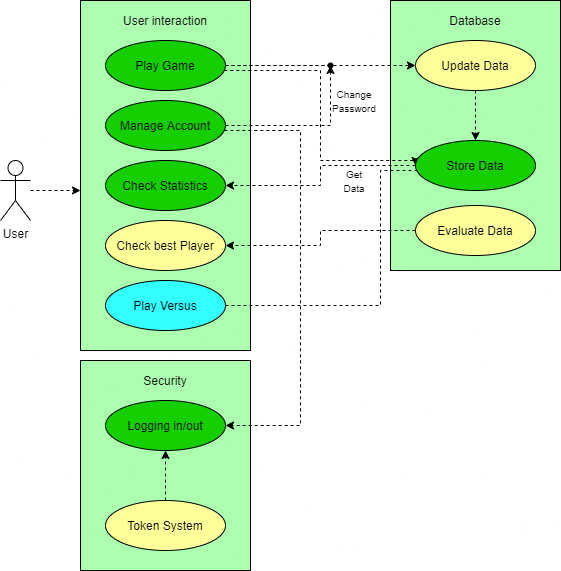
Above: UseCases/UC-Diagram.png in Eightdays1/guesswhere_doc (draw.io), before the change. Source tidied: cells renumbered, new cells last; positions are measured from the earlier drawing's top-left corner, leaving out a move shared by most shapes.
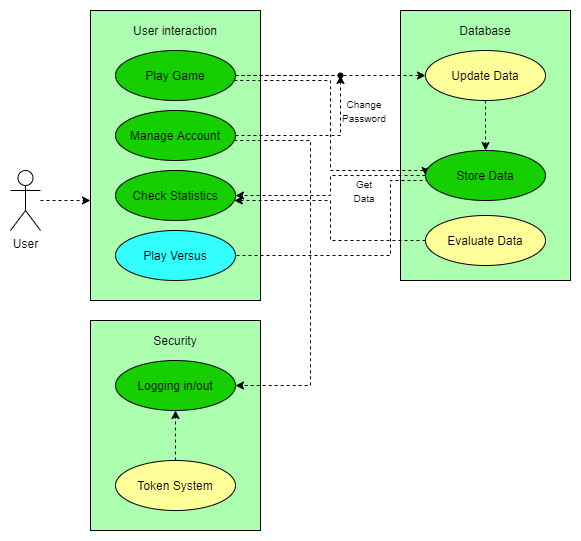
After the commit.

What changed in the source:
```diff
@@ -3,7 +3,7 @@
     <mxCell id="0" />
     <mxCell id="1" parent="0" />
     <mxCell id="2" style="rounded=0;whiteSpace=wrap;html=1;fillColor=#ABFFAE;" parent="1" vertex="1">
-      <mxGeometry x="80" y="360" width="170" height="210" as="geometry" />
+      <mxGeometry x="80" y="310" width="170" height="210" as="geometry" />
     </mxCell>
     <mxCell id="3" style="rounded=0;whiteSpace=wrap;html=1;fillColor=#ABFFAE;" parent="1" vertex="1">
       <mxGeometry x="390" width="170" height="270" as="geometry" />
@@ -20,7 +20,7 @@
       <mxGeometry y="160" width="30" height="60" as="geometry" />
     </mxCell>
     <mxCell id="6" style="rounded=0;whiteSpace=wrap;html=1;fillColor=#ABFFAE;" parent="1" vertex="1">
-      <mxGeometry x="80" width="170" height="350" as="geometry" />
+      <mxGeometry x="80" width="170" height="290" as="geometry" />
     </mxCell>
     <mxCell id="7" value="User interaction" style="text;html=1;strokeColor=none;fillColor=none;align=center;verticalAlign=middle;whiteSpace=wrap;rounded=0;" parent="1" vertex="1">
       <mxGeometry x="110" y="10" width="110" height="20" as="geometry" />
@@ -47,7 +47,7 @@
       <mxGeometry relative="1" as="geometry">
         <Array as="points">
           <mxPoint x="300" y="130" />
-          <mxPoint x="300" y="425" />
+          <mxPoint x="300" y="375" />
         </Array>
       </mxGeometry>
     </mxCell>
@@ -57,19 +57,17 @@
     <mxCell id="14" value="Check Statistics" style="ellipse;whiteSpace=wrap;html=1;fillColor=#15CF00;" parent="1" vertex="1">
       <mxGeometry x="105" y="160" width="120" height="50" as="geometry" />
     </mxCell>
-    <mxCell id="15" value="Check best Player" style="ellipse;whiteSpace=wrap;html=1;fillColor=#FFFF99;" parent="1" vertex="1">
-      <mxGeometry x="105" y="220" width="120" height="50" as="geometry" />
-    </mxCell>
-    <mxCell id="16" style="edgeStyle=orthogonalEdgeStyle;rounded=0;jettySize=auto;html=1;dashed=1;endArrow=none;endFill=0;" parent="1" edge="1" source="17" target="22">
+    <mxCell id="16" style="edgeStyle=orthogonalEdgeStyle;rounded=0;jettySize=auto;html=1;dashed=1;endArrow=none;endFill=0;" parent="1" edge="1" target="22">
       <mxGeometry relative="1" as="geometry">
+        <mxPoint x="220" y="245" as="sourcePoint" />
         <Array as="points">
-          <mxPoint x="380" y="305" />
+          <mxPoint x="380" y="245" />
           <mxPoint x="380" y="170" />
         </Array>
       </mxGeometry>
     </mxCell>
     <mxCell id="17" value="Play Versus" style="ellipse;whiteSpace=wrap;html=1;fillColor=#33FFFF;" parent="1" vertex="1">
-      <mxGeometry x="105" y="280" width="120" height="50" as="geometry" />
+      <mxGeometry x="105" y="220" width="120" height="50" as="geometry" />
     </mxCell>
     <mxCell id="18" value="Database" style="text;html=1;strokeColor=none;fillColor=none;align=center;verticalAlign=middle;whiteSpace=wrap;rounded=0;" parent="1" vertex="1">
       <mxGeometry x="420" y="10" width="110" height="20" as="geometry" />
@@ -91,8 +89,13 @@
     <mxCell id="22" value="Store Data" style="ellipse;whiteSpace=wrap;html=1;fillColor=#15CF00;" parent="1" vertex="1">
       <mxGeometry x="415" y="140" width="120" height="50" as="geometry" />
     </mxCell>
-    <mxCell id="23" style="edgeStyle=orthogonalEdgeStyle;rounded=0;jettySize=auto;html=1;dashed=1;" parent="1" edge="1" source="24" target="15">
-      <mxGeometry relative="1" as="geometry" />
+    <mxCell id="23" style="edgeStyle=orthogonalEdgeStyle;rounded=0;jettySize=auto;html=1;dashed=1;" parent="1" edge="1" source="24" target="14">
+      <mxGeometry relative="1" as="geometry">
+        <Array as="points">
+          <mxPoint x="320" y="230" />
+          <mxPoint x="320" y="190" />
+        </Array>
+      </mxGeometry>
     </mxCell>
     <mxCell id="24" value="Evaluate Data" style="ellipse;whiteSpace=wrap;html=1;fillColor=#FFFF99;" parent="1" vertex="1">
       <mxGeometry x="415" y="205" width="120" height="50" as="geometry" />
@@ -110,16 +113,16 @@
       <mxGeometry x="334" y="170" width="40" height="20" as="geometry" />
     </mxCell>
     <mxCell id="29" value="Security" style="text;html=1;strokeColor=none;fillColor=none;align=center;verticalAlign=middle;whiteSpace=wrap;rounded=0;" parent="1" vertex="1">
-      <mxGeometry x="110" y="370" width="110" height="20" as="geometry" />
+      <mxGeometry x="110" y="320" width="110" height="20" as="geometry" />
     </mxCell>
     <mxCell id="30" value="Logging in/out" style="ellipse;whiteSpace=wrap;html=1;fillColor=#15CF00;" parent="1" vertex="1">
-      <mxGeometry x="105" y="400" width="120" height="50" as="geometry" />
+      <mxGeometry x="105" y="350" width="120" height="50" as="geometry" />
     </mxCell>
     <mxCell id="31" style="edgeStyle=orthogonalEdgeStyle;rounded=0;jettySize=auto;html=1;entryX=0.5;entryY=1;entryDx=0;entryDy=0;dashed=1;" parent="1" edge="1" source="32" target="30">
       <mxGeometry relative="1" as="geometry" />
     </mxCell>
     <mxCell id="32" value="Token System" style="ellipse;whiteSpace=wrap;html=1;fillColor=#FFFF99;" parent="1" vertex="1">
-      <mxGeometry x="105" y="500" width="120" height="50" as="geometry" />
+      <mxGeometry x="105" y="450" width="120" height="50" as="geometry" />
     </mxCell>
   </root>
 </mxGraphModel>
```
